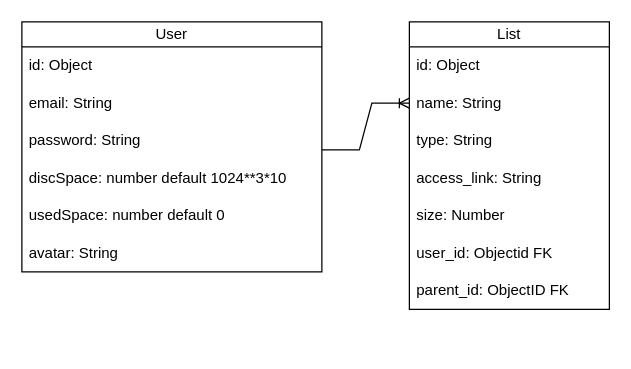
Earlier version of the draw.io diagram struct/dataBase.drawio (Koyd1/mo-cloud). Source tidied: cells renumbered, new cells numbered last; positions are measured from the earlier drawing's top-left corner, leaving out a move shared by most shapes. Both pictures are drawn from the tidied source at 125%, with x=0, y=0 at pixel (21, 21).
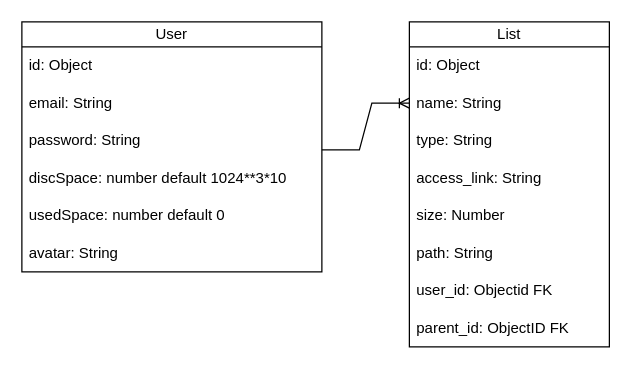
The same diagram, later.

Change to the diagram source:
```diff
@@
     <mxCell id="9" value="List" style="swimlane;fontStyle=0;horizontal=1;startSize=20;whiteSpace=wrap;html=1;" parent="1" vertex="1">
-      <mxGeometry x="310" width="160" height="230" as="geometry" />
+      <mxGeometry x="310" width="160" height="260" as="geometry" />
     </mxCell>
@@
+    <mxCell id="18" value="path: String" style="text;strokeColor=none;fillColor=none;align=left;verticalAlign=middle;spacingLeft=4;spacingRight=4;overflow=hidden;whiteSpace=wrap;html=1;" parent="9" vertex="1">
+      <mxGeometry y="170" width="160" height="30" as="geometry" />
+    </mxCell>
     <mxCell id="15" value="user_id: Objectid FK" style="text;strokeColor=none;fillColor=none;align=left;verticalAlign=middle;spacingLeft=4;spacingRight=4;overflow=hidden;whiteSpace=wrap;html=1;" parent="9" vertex="1">
-      <mxGeometry y="170" width="160" height="30" as="geometry" />
+      <mxGeometry y="200" width="160" height="30" as="geometry" />
     </mxCell>
     <mxCell id="16" value="parent_id: ObjectID FK" style="text;strokeColor=none;fillColor=none;align=left;verticalAlign=middle;spacingLeft=4;spacingRight=4;overflow=hidden;whiteSpace=wrap;html=1;" parent="9" vertex="1">
-      <mxGeometry y="200" width="160" height="30" as="geometry" />
+      <mxGeometry y="230" width="160" height="30" as="geometry" />
     </mxCell>
```
